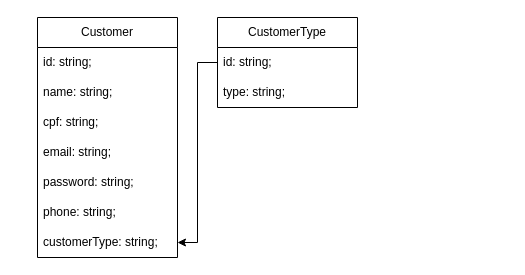
Above: src/domain/diagram.drawio in leandroftassara/typescript-basic (draw.io), before the change. Source tidied: cells renumbered, new cells numbered last; positions are measured from the earlier drawing's top-left corner, leaving out a move shared by most shapes. Both pictures are drawn from the tidied source at 100%, with x=0, y=0 at pixel (37, 17).
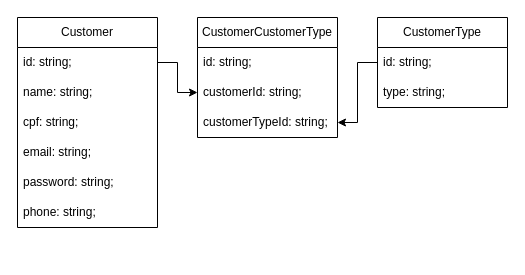
Above is the later version.

Commit message (it also covers changes not shown here):
feat: add customer-customer-type entities and usecases

Change to the diagram source:
```diff
@@
 <mxGraphModel>
   <root>
     <mxCell id="0" />
     <mxCell id="1" parent="0" />
     <mxCell id="2" value="Customer" style="swimlane;fontStyle=0;horizontal=1;startSize=30;whiteSpace=wrap;html=1;" parent="1" vertex="1">
-      <mxGeometry width="140" height="240" as="geometry" />
+      <mxGeometry x="-20" width="140" height="210" as="geometry" />
     </mxCell>
     <mxCell id="3" value="id: string;" style="text;strokeColor=none;fillColor=none;align=left;verticalAlign=middle;spacingLeft=4;spacingRight=4;overflow=hidden;points=[[0,0.5],[1,0.5]];portConstraint=eastwest;whiteSpace=wrap;html=1;" parent="2" vertex="1">
       <mxGeometry y="30" width="140" height="30" as="geometry" />
     </mxCell>
     <mxCell id="4" value="name: string;" style="text;strokeColor=none;fillColor=none;align=left;verticalAlign=middle;spacingLeft=4;spacingRight=4;overflow=hidden;whiteSpace=wrap;html=1;" parent="2" vertex="1">
       <mxGeometry y="60" width="140" height="30" as="geometry" />
     </mxCell>
     <mxCell id="5" value="cpf: string;" style="text;strokeColor=none;fillColor=none;align=left;verticalAlign=middle;spacingLeft=4;spacingRight=4;overflow=hidden;whiteSpace=wrap;html=1;" parent="2" vertex="1">
       <mxGeometry y="90" width="140" height="30" as="geometry" />
     </mxCell>
     <mxCell id="6" value="email: string;" style="text;strokeColor=none;fillColor=none;align=left;verticalAlign=middle;spacingLeft=4;spacingRight=4;overflow=hidden;whiteSpace=wrap;html=1;" parent="2" vertex="1">
       <mxGeometry y="120" width="140" height="30" as="geometry" />
     </mxCell>
     <mxCell id="7" value="password: string;" style="text;strokeColor=none;fillColor=none;align=left;verticalAlign=middle;spacingLeft=4;spacingRight=4;overflow=hidden;whiteSpace=wrap;html=1;" parent="2" vertex="1">
       <mxGeometry y="150" width="140" height="30" as="geometry" />
     </mxCell>
     <mxCell id="8" value="phone: string;" style="text;strokeColor=none;fillColor=none;align=left;verticalAlign=middle;spacingLeft=4;spacingRight=4;overflow=hidden;whiteSpace=wrap;html=1;" parent="2" vertex="1">
       <mxGeometry y="180" width="140" height="30" as="geometry" />
     </mxCell>
-    <mxCell id="9" value="customerType: string;" style="text;strokeColor=none;fillColor=none;align=left;verticalAlign=middle;spacingLeft=4;spacingRight=4;overflow=hidden;points=[[0,0.5],[1,0.5]];portConstraint=eastwest;whiteSpace=wrap;html=1;" parent="2" vertex="1">
-      <mxGeometry y="210" width="140" height="30" as="geometry" />
-    </mxCell>
     <mxCell id="10" value="CustomerType" style="swimlane;fontStyle=0;horizontal=1;startSize=30;whiteSpace=wrap;html=1;" parent="1" vertex="1">
-      <mxGeometry x="180" width="140" height="90" as="geometry" />
+      <mxGeometry x="340" width="130" height="90" as="geometry" />
     </mxCell>
     <mxCell id="11" value="id: string;" style="text;strokeColor=none;fillColor=none;align=left;verticalAlign=middle;spacingLeft=4;spacingRight=4;overflow=hidden;points=[[0,0.5],[1,0.5]];portConstraint=eastwest;whiteSpace=wrap;html=1;" parent="10" vertex="1">
-      <mxGeometry y="30" width="140" height="30" as="geometry" />
+      <mxGeometry y="30" width="130" height="30" as="geometry" />
     </mxCell>
     <mxCell id="12" value="type: string;" style="text;strokeColor=none;fillColor=none;align=left;verticalAlign=middle;spacingLeft=4;spacingRight=4;overflow=hidden;whiteSpace=wrap;html=1;" parent="10" vertex="1">
-      <mxGeometry y="60" width="140" height="30" as="geometry" />
+      <mxGeometry y="60" width="130" height="30" as="geometry" />
     </mxCell>
-    <mxCell id="13" style="edgeStyle=orthogonalEdgeStyle;rounded=0;jettySize=auto;html=1;exitX=0;exitY=0.5;exitDx=0;exitDy=0;entryX=1;entryY=0.5;entryDx=0;entryDy=0;" parent="1" edge="1" source="11" target="9">
-      <mxGeometry relative="1" as="geometry" />
-    </mxCell>
+    <mxCell id="14" value="CustomerCustomerType" style="swimlane;fontStyle=0;horizontal=1;startSize=30;whiteSpace=wrap;html=1;" parent="1" vertex="1">
+      <mxGeometry x="160" width="140" height="120" as="geometry" />
+    </mxCell>
+    <mxCell id="15" value="id: string;" style="text;strokeColor=none;fillColor=none;align=left;verticalAlign=middle;spacingLeft=4;spacingRight=4;overflow=hidden;whiteSpace=wrap;html=1;" parent="14" vertex="1">
+      <mxGeometry y="30" width="140" height="30" as="geometry" />
+    </mxCell>
+    <mxCell id="16" value="customerId: string;" style="text;strokeColor=none;fillColor=none;align=left;verticalAlign=middle;spacingLeft=4;spacingRight=4;overflow=hidden;points=[[0,0.5],[1,0.5]];portConstraint=eastwest;whiteSpace=wrap;html=1;" parent="14" vertex="1">
+      <mxGeometry y="60" width="140" height="30" as="geometry" />
+    </mxCell>
+    <mxCell id="17" value="customerTypeId: string;" style="text;strokeColor=none;fillColor=none;align=left;verticalAlign=middle;spacingLeft=4;spacingRight=4;overflow=hidden;points=[[0,0.5],[1,0.5]];portConstraint=eastwest;whiteSpace=wrap;html=1;" parent="14" vertex="1">
+      <mxGeometry y="90" width="140" height="30" as="geometry" />
+    </mxCell>
+    <mxCell id="18" style="edgeStyle=orthogonalEdgeStyle;rounded=0;jettySize=auto;html=1;exitX=0;exitY=0.5;exitDx=0;exitDy=0;" parent="1" edge="1" source="11" target="17">
+      <mxGeometry relative="1" as="geometry" />
+    </mxCell>
+    <mxCell id="19" style="edgeStyle=orthogonalEdgeStyle;rounded=0;jettySize=auto;html=1;exitX=1;exitY=0.5;exitDx=0;exitDy=0;entryX=0;entryY=0.5;entryDx=0;entryDy=0;" parent="1" edge="1" source="3" target="16">
+      <mxGeometry relative="1" as="geometry" />
+    </mxCell>
   </root>
 </mxGraphModel>
```
